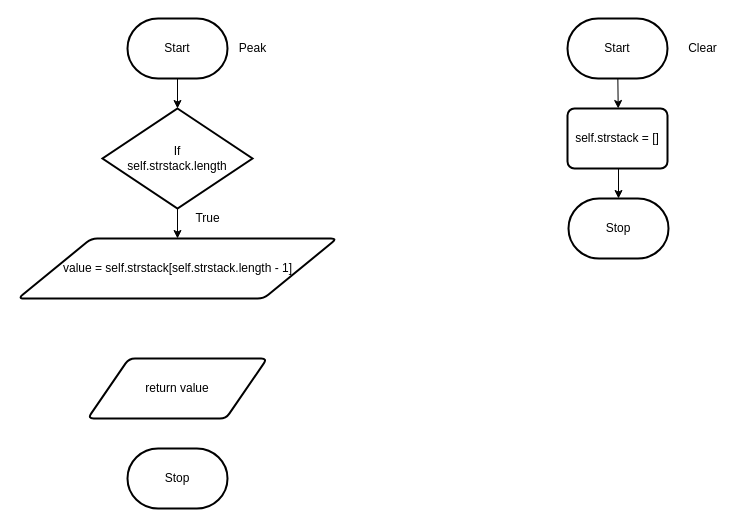
The draw.io diagram Unit2-04/Design/flowchart.drawio in Samuel-Webster-178/ICS4U-Unit2-Samuel-Webster, before the edit. Source tidied: cells renumbered, new cells numbered last; positions are measured from the earlier drawing's top-left corner, leaving out a move shared by most shapes. Both pictures are drawn from the tidied source at 100%, with x=0, y=0 at pixel (17, 18).
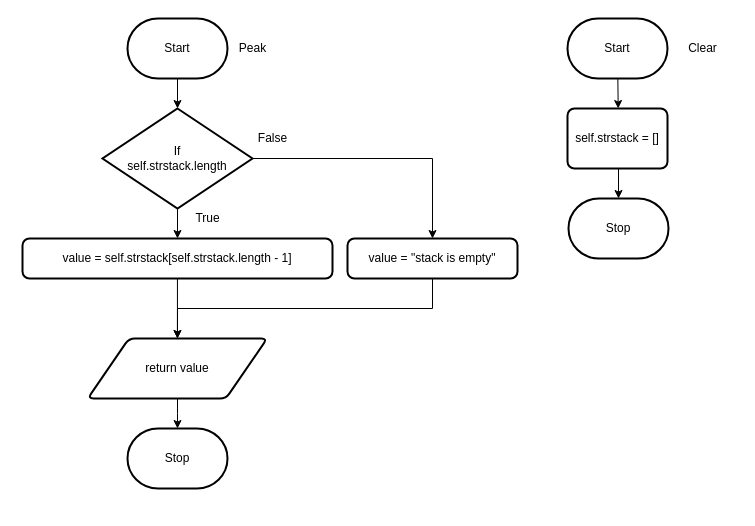
After the change.

Unchanged cells that the change refers to:
```xml
<mxCell id="14" value="If&lt;br&gt;self.strstack.length" style="strokeWidth=2;html=1;shape=mxgraph.flowchart.decision;whiteSpace=wrap;" parent="1" vertex="1">
  <mxGeometry x="85" y="90" width="150" height="100" as="geometry" />
</mxCell>
```

Change to the diagram source:
```diff
@@
     <mxCell id="5" value="Stop" style="strokeWidth=2;html=1;shape=mxgraph.flowchart.terminator;whiteSpace=wrap;" parent="1" vertex="1">
-      <mxGeometry x="110" y="430" width="100" height="60" as="geometry" />
+      <mxGeometry x="110" y="410" width="100" height="60" as="geometry" />
     </mxCell>
@@
+    <mxCell id="18" style="edgeStyle=orthogonalEdgeStyle;html=1;entryX=0.5;entryY=0;entryDx=0;entryDy=0;rounded=0;" parent="1" edge="1" source="14" target="22">
+      <mxGeometry relative="1" as="geometry" />
+    </mxCell>
@@
+    <mxCell id="19" style="edgeStyle=orthogonalEdgeStyle;rounded=0;html=1;" parent="1" edge="1" source="17" target="5">
+      <mxGeometry relative="1" as="geometry" />
+    </mxCell>
+    <mxCell id="17" value="return value" style="shape=parallelogram;html=1;strokeWidth=2;perimeter=parallelogramPerimeter;whiteSpace=wrap;rounded=1;arcSize=12;size=0.23;" parent="1" vertex="1">
+      <mxGeometry x="70.2" y="320" width="179.5" height="60" as="geometry" />
+    </mxCell>
+    <mxCell id="20" style="edgeStyle=orthogonalEdgeStyle;rounded=0;html=1;entryX=0.5;entryY=0;entryDx=0;entryDy=0;" parent="1" edge="1" source="16" target="17">
+      <mxGeometry relative="1" as="geometry" />
+    </mxCell>
-    <mxCell id="16" value="value = self.strstack[self.strstack.length - 1]" style="shape=parallelogram;html=1;strokeWidth=2;perimeter=parallelogramPerimeter;whiteSpace=wrap;rounded=1;arcSize=12;size=0.23;" parent="1" vertex="1">
-      <mxGeometry x="0.5" y="220" width="319" height="60" as="geometry" />
+    <mxCell id="16" value="value = self.strstack[self.strstack.length - 1]" style="rounded=1;whiteSpace=wrap;html=1;absoluteArcSize=1;arcSize=14;strokeWidth=2;" parent="1" vertex="1">
+      <mxGeometry x="5" y="220" width="310" height="40" as="geometry" />
     </mxCell>
-    <mxCell id="17" value="return value" style="shape=parallelogram;html=1;strokeWidth=2;perimeter=parallelogramPerimeter;whiteSpace=wrap;rounded=1;arcSize=12;size=0.23;" parent="1" vertex="1">
-      <mxGeometry x="70.2" y="340" width="179.5" height="60" as="geometry" />
-    </mxCell>
+    <mxCell id="21" style="edgeStyle=orthogonalEdgeStyle;rounded=0;html=1;entryX=0.5;entryY=0;entryDx=0;entryDy=0;" parent="1" edge="1" source="22" target="17">
+      <mxGeometry relative="1" as="geometry">
+        <Array as="points">
+          <mxPoint x="415" y="290" />
+          <mxPoint x="160" y="290" />
+        </Array>
+      </mxGeometry>
+    </mxCell>
+    <mxCell id="22" value="value = &quot;stack is empty&quot;" style="rounded=1;whiteSpace=wrap;html=1;absoluteArcSize=1;arcSize=14;strokeWidth=2;" parent="1" vertex="1">
+      <mxGeometry x="330" y="220" width="170" height="40" as="geometry" />
+    </mxCell>
+    <mxCell id="23" value="False" style="text;html=1;align=center;verticalAlign=middle;strokeColor=none;fillColor=none;" parent="1" vertex="1">
+      <mxGeometry x="230" y="105" width="50" height="30" as="geometry" />
+    </mxCell>
```
